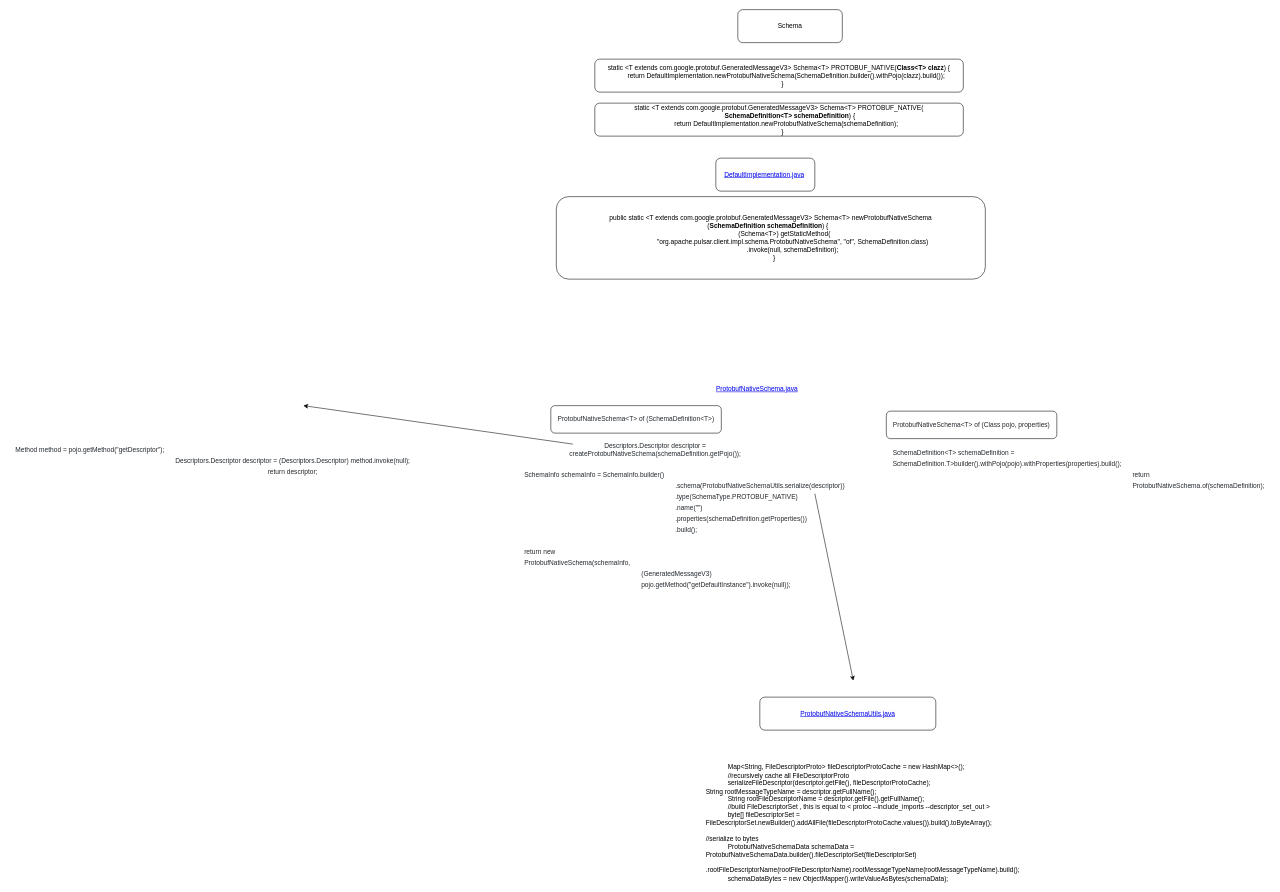
Earlier version of the draw.io diagram Untitled Diagram.drawio (fsprojects/pulsar-client-dotnet). Source tidied: cells renumbered, new cells numbered last; positions are measured from the earlier drawing's top-left corner, leaving out a move shared by most shapes. Both pictures are drawn from the tidied source at 55%, with x=0, y=0 at pixel (303, 9).
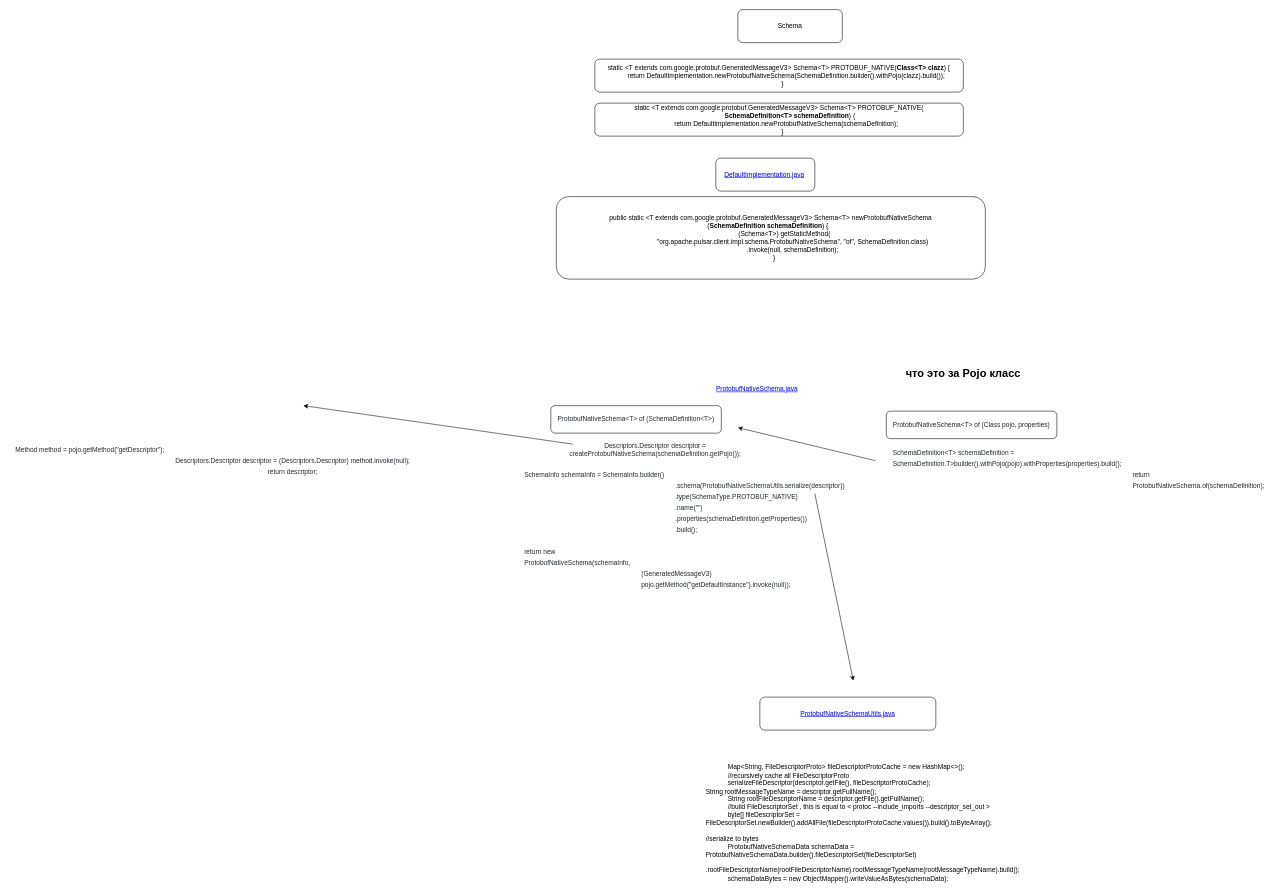
After the change.

The edit, as a diff of the source:
```diff
@@
+    <mxCell id="18" style="endArrow=classic;html=1;" parent="1" edge="1">
+      <mxGeometry relative="1" as="geometry">
+        <mxPoint x="1040" y="820" as="sourcePoint" />
+        <mxPoint x="790" y="760" as="targetPoint" />
+      </mxGeometry>
+    </mxCell>
+    <mxCell id="19" value="&lt;font style=&quot;font-size: 20px&quot;&gt;&lt;b&gt;что это за Pojo класс&lt;/b&gt;&lt;/font&gt;" style="text;html=1;strokeColor=none;fillColor=none;align=center;verticalAlign=middle;whiteSpace=wrap;rounded=0;" parent="1" vertex="1">
+      <mxGeometry x="990" y="650" width="420" height="20" as="geometry" />
+    </mxCell>
```
